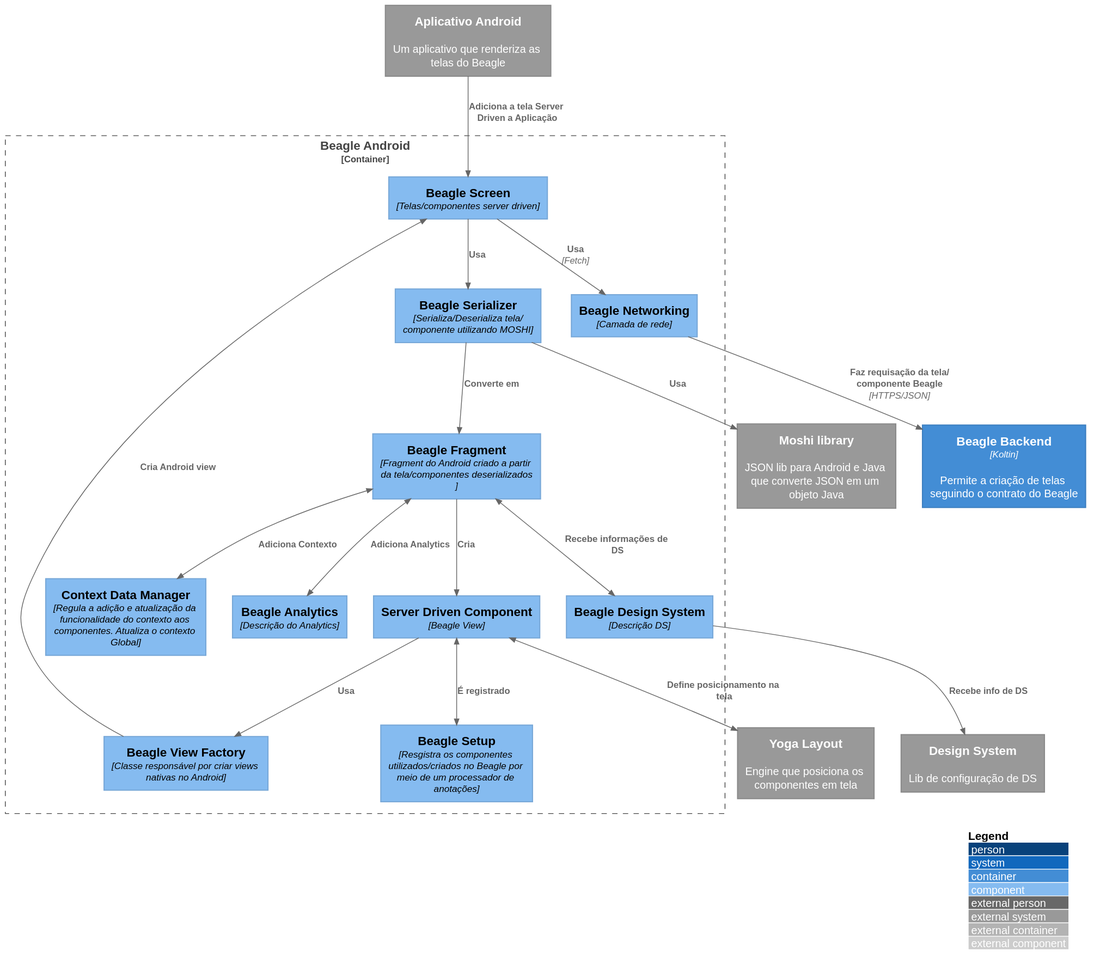
Earlier version of the PlantUML export docs/C3 -  Component/Beagle Android/c3.svg (ZupIT/beagle-c4model).
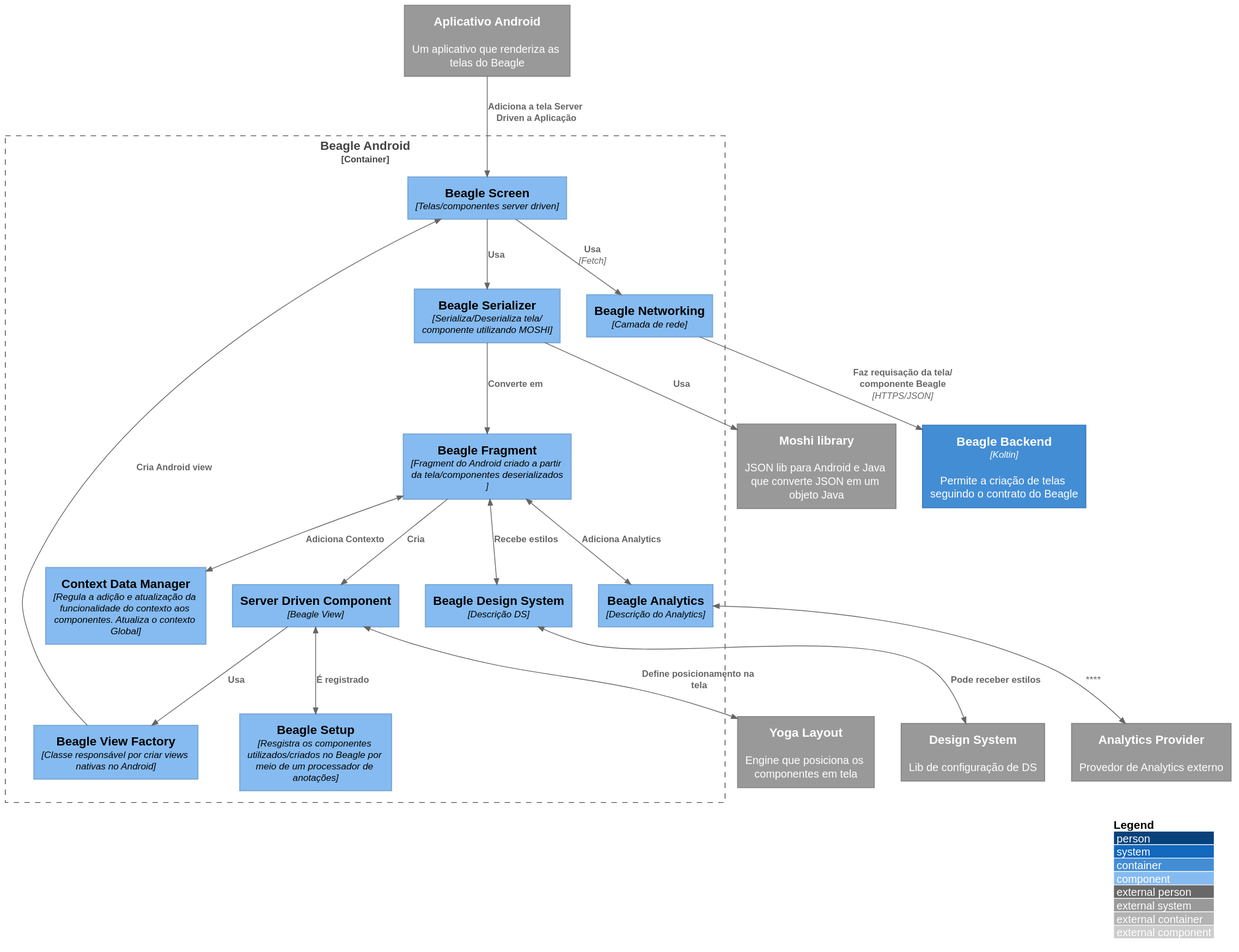
The same diagram one commit later.

Commit message:
update android diagram

What changed in the source:
```diff
@@ -6,6 +6,7 @@
 System_Ext(moshi_lib, "Moshi library", "JSON lib para Android e Java que converte JSON em um objeto Java")
 System_Ext(yoga_layout, "Yoga Layout", "Engine que posiciona os componentes em tela")
 System_Ext(design_system, "Design System", "Lib de configuração de DS")
+System_Ext(analytics_provider, "Analytics Provider", "Provedor de Analytics externo")
 
 Container(beagle_backend, "Beagle Backend", "Koltin", "Permite a criação de telas seguindo o contrato do Beagle")
 
@@ -18,13 +19,14 @@
   Component(view_factory, "Beagle View Factory", "Classe responsável por criar views nativas no Android")
   Component(beagle_fragment, "Beagle Fragment", "Fragment do Android criado a partir da tela/componentes deserializados")
   Component(context_data_manager, "Context Data Manager", "Regula a adição e atualização da funcionalidade do contexto aos componentes. Atualiza o contexto Global")
-  Component(analytic, "Beagle Analytics", "Descrição do Analytics")
+  Component(beagle_analytic, "Beagle Analytics", "Descrição do Analytics")
   Component(beagle_ds, "Beagle Design System", "Descrição DS")
 }
 
-BiRel(beagle_fragment, beagle_ds, "Recebe informações de DS")
-Rel(beagle_ds, design_system, "Recebe info de DS")
-BiRel(beagle_fragment, analytic, "Adiciona Analytics")
+BiRel(beagle_analytic, analytics_provider, "")
+BiRel(beagle_fragment, beagle_ds, "Recebe estilos")
+BiRel(beagle_ds, design_system, "Pode receber estilos")
+BiRel(beagle_fragment, beagle_analytic, "Adiciona Analytics")
 BiRel(beagle_fragment, context_data_manager, "Adiciona Contexto")
 Rel(beagle_serializer, beagle_fragment, "Converte em")
 Rel(frontend_app, beagle_screen, "Adiciona a tela Server Driven a Aplicação")
```
